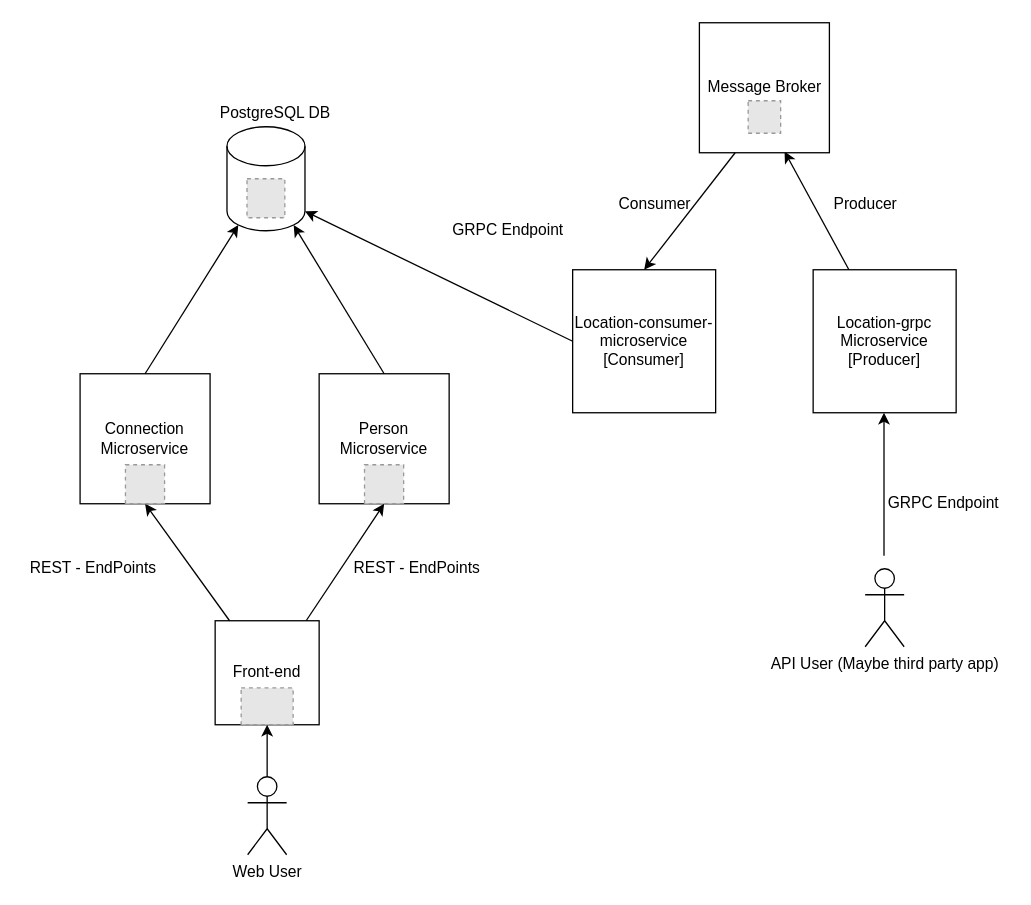
Before: docs/architectual design.drawio in gjohannventer/Message_Passing, a draw.io diagram. Source tidied: cells renumbered, new cells numbered last; positions are measured from the earlier drawing's top-left corner, leaving out a move shared by most shapes. Both pictures are drawn from the tidied source at 130%, with x=0, y=0 at pixel (21, 22). Pictures stored in the file or linked from it are replaced by grey dashed boxes.
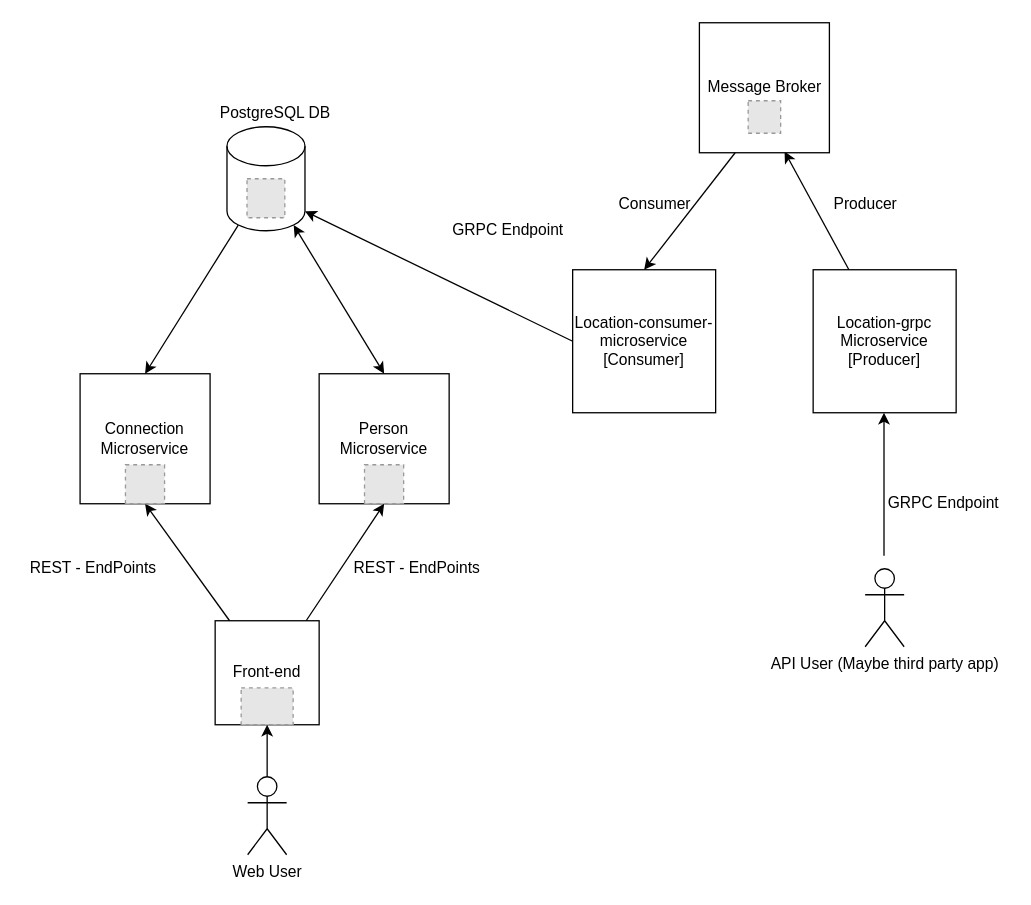
Above is the later version.

The change refers to these unchanged cells:
```xml
<mxCell id="3" value="Person&lt;br&gt;Microservice" style="whiteSpace=wrap;html=1;" parent="1" vertex="1">
  <mxGeometry x="229" y="270" width="100" height="100" as="geometry" />
</mxCell>
<mxCell id="5" value="Connection&lt;br&gt;Microservice" style="whiteSpace=wrap;html=1;" parent="1" vertex="1">
  <mxGeometry x="45.1" y="270" width="100" height="100" as="geometry" />
</mxCell>
<mxCell id="19" style="shape=cylinder3;whiteSpace=wrap;html=1;boundedLbl=1;backgroundOutline=1;size=15;" parent="1" vertex="1">
  <mxGeometry x="158.1" y="80" width="60" height="80" as="geometry" />
</mxCell>
```

Change to the diagram source:
```diff
@@
-    <mxCell id="15" style="endArrow=classic;html=1;rounded=0;exitX=0.5;exitY=0;exitDx=0;exitDy=0;entryX=0.855;entryY=1;entryDx=0;entryDy=-4.35;entryPerimeter=0;" parent="1" edge="1" source="3" target="19">
-      <mxGeometry relative="1" as="geometry" />
-    </mxCell>
-    <mxCell id="16" style="endArrow=classic;html=1;rounded=0;exitX=0.5;exitY=0;exitDx=0;exitDy=0;entryX=0.145;entryY=1;entryDx=0;entryDy=-4.35;entryPerimeter=0;" parent="1" edge="1" source="5" target="19">
-      <mxGeometry relative="1" as="geometry" />
-    </mxCell>
@@
+    <mxCell id="15" style="endArrow=classic;startArrow=classic;html=1;rounded=0;exitX=0.5;exitY=0;exitDx=0;exitDy=0;entryX=0.855;entryY=1;entryDx=0;entryDy=-4.35;entryPerimeter=0;" parent="1" edge="1" source="3" target="19">
+      <mxGeometry relative="1" as="geometry" />
+    </mxCell>
+    <mxCell id="32" style="endArrow=classic;html=1;rounded=0;entryX=0.5;entryY=0;entryDx=0;entryDy=0;exitX=0.145;exitY=1;exitDx=0;exitDy=-4.35;exitPerimeter=0;" parent="1" edge="1" source="19" target="5">
+      <mxGeometry relative="1" as="geometry" />
+    </mxCell>
```
